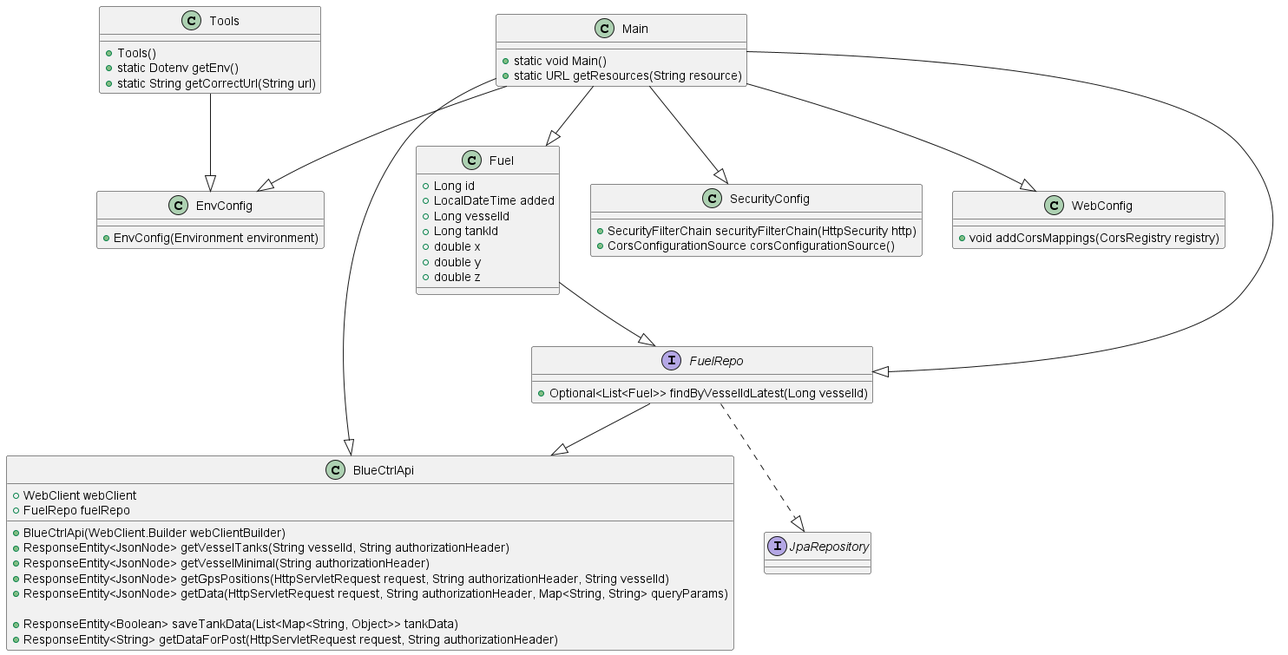
Itszipzon/BlueCTRL_Bachelor keeps this PlantUML diagram as out/server/classDiagram/classDiagram.png. Above is the earlier version.
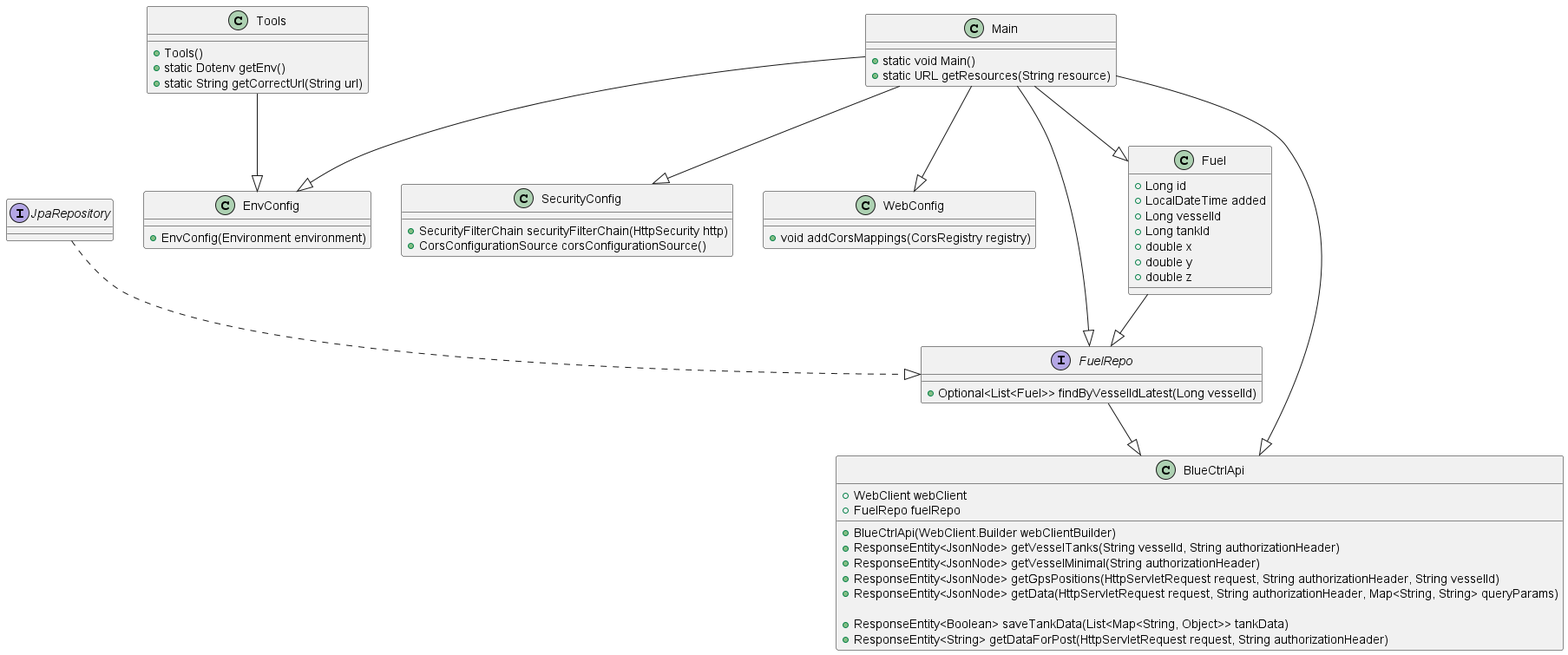
After the commit.

Commit message:
Class diagram from plantUML

What changed in the source:
```diff
@@ -55,7 +55,7 @@
 }
 
 Fuel --|> FuelRepo
-FuelRepo ..|> JpaRepository
+JpaRepository ..|> FuelRepo
 FuelRepo --|> BlueCtrlApi
 Tools --|> EnvConfig
 
```
